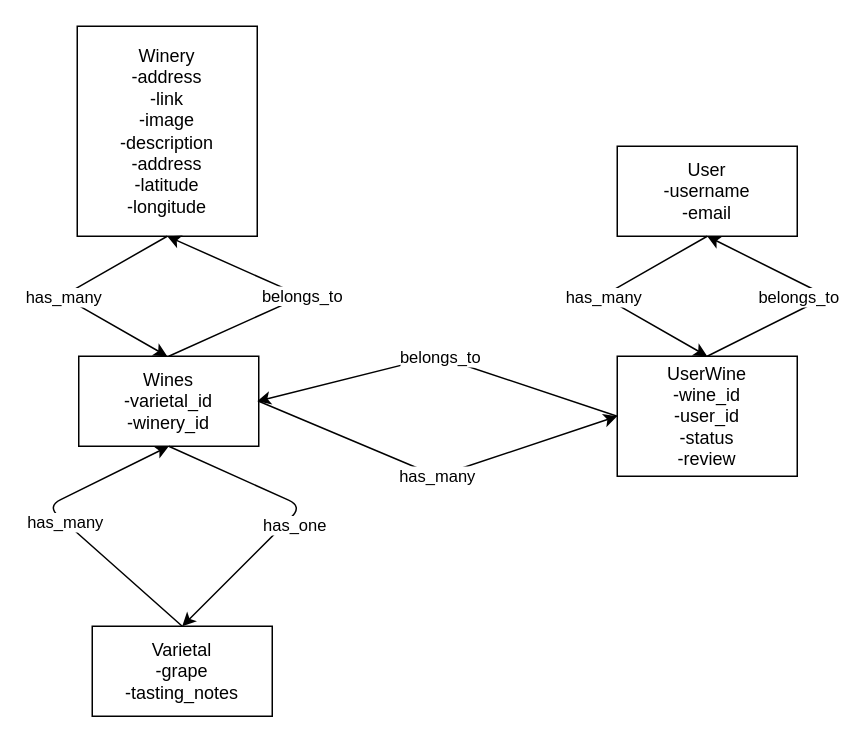
This is client/src/data/domain_model.drawio from Eccatoe/ShenandoahWines, a draw.io file, before an edit. Source tidied: cells renumbered, new cells numbered last; positions are measured from the earlier drawing's top-left corner, leaving out a move shared by most shapes. Both pictures are drawn from the tidied source at 150%, with x=0, y=0 at pixel (46, 26).
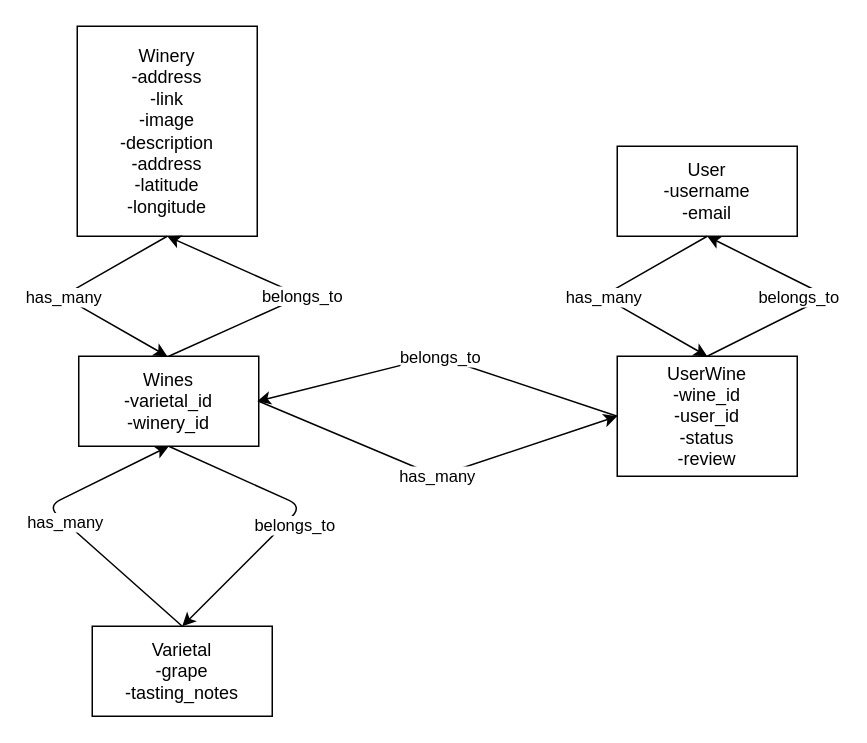
The same page after the edit.

Unchanged cells that the change refers to:
```xml
<mxCell id="11" style="endArrow=classic;html=1;exitX=0.5;exitY=1;exitDx=0;exitDy=0;" parent="1" edge="1" source="5">
  <mxGeometry relative="1" as="geometry">
    <mxPoint x="90" y="400" as="targetPoint" />
    <Array as="points">
      <mxPoint x="170" y="320" />
    </Array>
  </mxGeometry>
</mxCell>
```

What changed in the source:
```diff
@@
-    <mxCell id="12" value="has_one" style="edgeLabel;html=1;align=center;verticalAlign=middle;" parent="11" vertex="1">
+    <mxCell id="12" value="belongs_to" style="edgeLabel;html=1;align=center;verticalAlign=middle;" parent="11" vertex="1">
       <mxGeometry relative="1" as="geometry">
         <mxPoint y="7" as="offset" />
       </mxGeometry>
     </mxCell>
```
